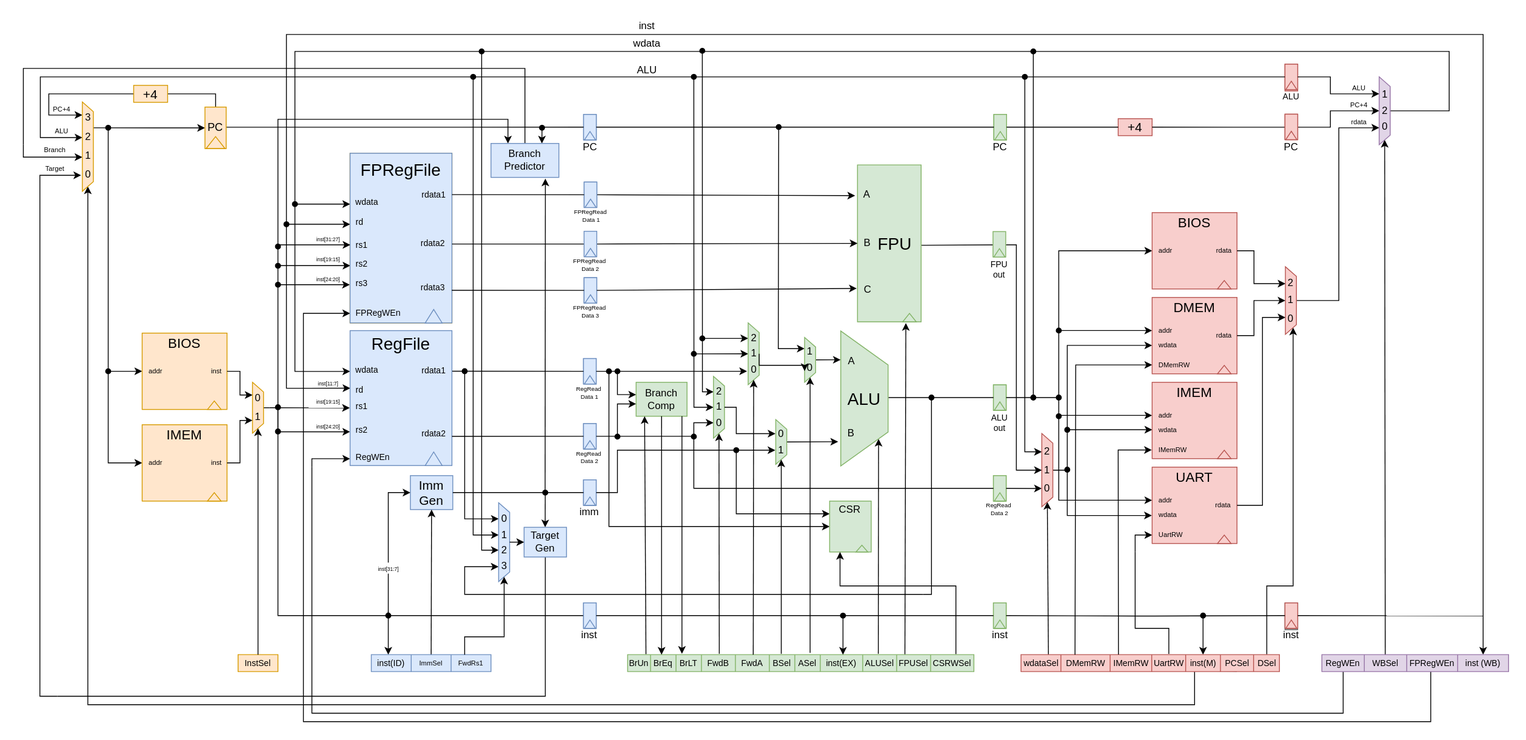
The draw.io diagram docs/diagram.svg in nikodittmar/jane-street-advent-of-fpga, before a commit. Source tidied: cells renumbered, new cells last; positions are measured from the earlier drawing's top-left corner, leaving out a move shared by most shapes.
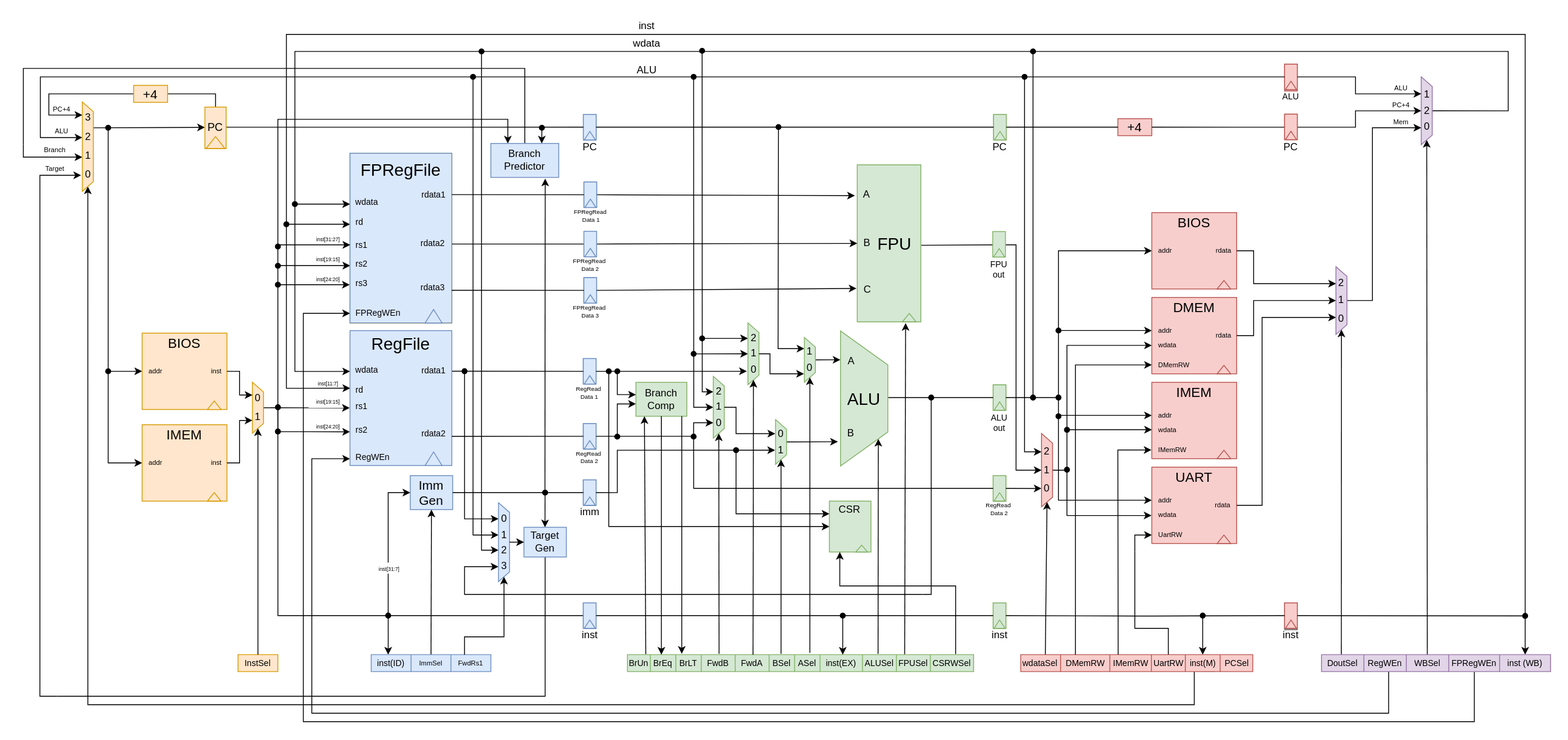
After the commit.

Diff of the diagram source:
```diff
@@ -24,13 +24,6 @@
         <mxPoint x="1390" y="751" as="targetPoint" />
       </mxGeometry>
     </mxCell>
-    <mxCell id="6" style="edgeStyle=elbowEdgeStyle;html=1;entryX=1;entryY=0.25;entryDx=0;entryDy=0;elbow=vertical;rounded=0;curved=0;fontColor=default;exitX=0.951;exitY=-0.019;exitDx=0;exitDy=0;exitPerimeter=0;" parent="1" edge="1" source="124" target="159">
-      <mxGeometry relative="1" as="geometry">
-        <Array as="points">
-          <mxPoint x="1400" y="670" />
-        </Array>
-      </mxGeometry>
-    </mxCell>
     <mxCell id="7" style="group;fontColor=default;" parent="1" vertex="1">
       <mxGeometry x="961" y="369.1" width="60" height="160" as="geometry" />
     </mxCell>
@@ -140,8 +133,8 @@
     <mxCell id="36" style="edgeStyle=orthogonalEdgeStyle;html=1;exitX=1;exitY=0.5;exitDx=0;exitDy=0;entryX=0.5;entryY=1;entryDx=0;entryDy=0;rounded=0;curved=0;fontColor=default;" parent="1" edge="1" source="13" target="146">
       <mxGeometry relative="1" as="geometry">
         <Array as="points">
-          <mxPoint x="1540" y="129" />
-          <mxPoint x="1540" y="110" />
+          <mxPoint x="1570" y="129" />
+          <mxPoint x="1570" y="110" />
         </Array>
       </mxGeometry>
     </mxCell>
@@ -316,20 +309,20 @@
       </mxGeometry>
     </mxCell>
     <mxCell id="83" value="&lt;font style=&quot;font-size: 8px;&quot;&gt;PC+4&lt;/font&gt;" style="text;html=1;align=center;verticalAlign=middle;whiteSpace=wrap;rounded=0;fontColor=default;" parent="1" vertex="1">
-      <mxGeometry x="1559" y="97.3" width="30" height="10" as="geometry" />
+      <mxGeometry x="1609" y="97.3" width="30" height="10" as="geometry" />
     </mxCell>
     <mxCell id="84" style="edgeStyle=orthogonalEdgeStyle;html=1;entryX=0;entryY=0.75;entryDx=0;entryDy=0;rounded=0;curved=0;exitX=0.5;exitY=0;exitDx=0;exitDy=0;fontColor=default;" parent="1" edge="1" source="146" target="289">
       <mxGeometry relative="1" as="geometry">
         <Array as="points">
-          <mxPoint x="1680" y="110" />
-          <mxPoint x="1680" y="40" />
+          <mxPoint x="1750" y="110" />
+          <mxPoint x="1750" y="40" />
           <mxPoint x="320" y="40" />
           <mxPoint x="320" y="417" />
         </Array>
       </mxGeometry>
     </mxCell>
     <mxCell id="85" value="&lt;font style=&quot;font-size: 8px;&quot;&gt;ALU&lt;/font&gt;" style="text;html=1;align=center;verticalAlign=middle;whiteSpace=wrap;rounded=0;fontColor=default;" parent="1" vertex="1">
-      <mxGeometry x="1558.5" y="77" width="30" height="10" as="geometry" />
+      <mxGeometry x="1608.5" y="77" width="30" height="10" as="geometry" />
     </mxCell>
     <mxCell id="86" value="ALU" style="text;html=1;align=center;verticalAlign=middle;whiteSpace=wrap;rounded=0;fontColor=default;" parent="1" vertex="1">
       <mxGeometry x="720" y="52" width="30" height="20" as="geometry" />
@@ -337,7 +330,7 @@
     <mxCell id="87" style="edgeStyle=orthogonalEdgeStyle;html=1;entryX=0.002;entryY=0.427;entryDx=0;entryDy=0;entryPerimeter=0;rounded=0;curved=0;startArrow=classic;startFill=1;fontColor=default;" parent="1" edge="1" source="171" target="285">
       <mxGeometry relative="1" as="geometry">
         <Array as="points">
-          <mxPoint x="1720" y="20" />
+          <mxPoint x="1770" y="20" />
           <mxPoint x="310" y="20" />
           <mxPoint x="310" y="437" />
         </Array>
@@ -387,7 +380,7 @@
     </mxCell>
     <mxCell id="95" style="html=1;exitX=1;exitY=0.5;exitDx=0;exitDy=0;entryX=0.112;entryY=0.023;entryDx=0;entryDy=0;rounded=0;endArrow=none;endFill=0;startArrow=classic;startFill=1;fontColor=default;entryPerimeter=0;" parent="1" edge="1" source="146">
       <mxGeometry relative="1" as="geometry">
-        <mxPoint x="1604.6" y="751.5" as="targetPoint" />
+        <mxPoint x="1654.6" y="751.5" as="targetPoint" />
       </mxGeometry>
     </mxCell>
     <mxCell id="96" value="&lt;font style=&quot;font-size: 8px;&quot;&gt;ALU&lt;/font&gt;" style="text;html=1;align=center;verticalAlign=middle;whiteSpace=wrap;rounded=0;fontColor=default;" parent="1" vertex="1">
@@ -478,9 +471,9 @@
         <mxPoint x="965.8" y="705" as="targetPoint" />
       </mxGeometry>
     </mxCell>
-    <mxCell id="122" style="edgeStyle=elbowEdgeStyle;elbow=vertical;html=1;exitX=1;exitY=0.5;exitDx=0;exitDy=0;endArrow=none;endFill=0;rounded=0;curved=0;fontColor=default;" parent="1" edge="1" source="38">
+    <mxCell id="122" style="edgeStyle=elbowEdgeStyle;elbow=vertical;html=1;exitX=1;exitY=0.5;exitDx=0;exitDy=0;endArrow=oval;endFill=1;rounded=0;curved=0;fontColor=default;" parent="1" edge="1" source="38">
       <mxGeometry relative="1" as="geometry">
-        <mxPoint x="1720" y="705" as="targetPoint" />
+        <mxPoint x="1770" y="705" as="targetPoint" />
       </mxGeometry>
     </mxCell>
     <mxCell id="123" style="edgeStyle=none;html=1;exitX=1;exitY=0.5;exitDx=0;exitDy=0;entryX=0.75;entryY=1;entryDx=0;entryDy=0;fontColor=default;" parent="1" edge="1" target="243">
@@ -489,10 +482,10 @@
       </mxGeometry>
     </mxCell>
     <mxCell id="124" style="shape=table;startSize=0;fontSize=16;fillColor=#f8cecc;strokeColor=#b85450;fontColor=default;" parent="1" vertex="1">
-      <mxGeometry x="1175.5" y="751" width="304.5" height="20" as="geometry" />
+      <mxGeometry x="1175.5" y="751" width="273.5" height="20" as="geometry" />
     </mxCell>
     <mxCell id="125" style="shape=tableRow;horizontal=0;startSize=0;swimlaneHead=0;swimlaneBody=0;strokeColor=inherit;top=0;left=0;bottom=0;right=0;fillColor=none;points=[[0,0.5],[1,0.5]];portConstraint=eastwest;fontSize=16;fontColor=default;" parent="124" vertex="1">
-      <mxGeometry width="304.5" height="20" as="geometry" />
+      <mxGeometry width="273.5" height="20" as="geometry" />
     </mxCell>
     <mxCell id="126" value="wdataSel" style="shape=partialRectangle;html=1;whiteSpace=wrap;strokeColor=inherit;overflow=hidden;fillColor=none;top=0;left=0;bottom=0;right=0;fontSize=10;fontColor=default;" parent="125" vertex="1">
       <mxGeometry width="47" height="20" as="geometry" />
@@ -512,9 +505,6 @@
     <mxCell id="131" value="PCSel" style="shape=partialRectangle;html=1;whiteSpace=wrap;strokeColor=inherit;overflow=hidden;fillColor=none;top=0;left=0;bottom=0;right=0;fontSize=10;fontColor=default;" parent="125" vertex="1">
       <mxGeometry x="235" width="39" height="20" as="geometry" />
     </mxCell>
-    <mxCell id="132" value="DSel" style="shape=partialRectangle;html=1;whiteSpace=wrap;strokeColor=inherit;overflow=hidden;fillColor=none;top=0;left=0;bottom=0;right=0;fontSize=10;fontColor=default;" parent="125" vertex="1">
-      <mxGeometry x="274" width="31" height="20" as="geometry" />
-    </mxCell>
     <mxCell id="133" style="edgeStyle=none;html=1;entryX=0;entryY=0.5;entryDx=0;entryDy=0;endArrow=none;endFill=0;fontColor=default;exitX=1;exitY=0.5;exitDx=0;exitDy=0;" parent="1" edge="1" source="271" target="43">
       <mxGeometry relative="1" as="geometry" />
     </mxCell>
@@ -568,7 +558,7 @@
       <mxGeometry x="-37.9" y="-139.6" width="8.7" height="9.2" as="geometry" />
     </mxCell>
     <mxCell id="145" style="group;fontColor=default;" parent="1" vertex="1">
-      <mxGeometry x="1597.5" y="70" width="13" height="80" as="geometry" />
+      <mxGeometry x="1647.5" y="70" width="13" height="80" as="geometry" />
     </mxCell>
     <mxCell id="146" style="shape=trapezoid;perimeter=trapezoidPerimeter;whiteSpace=wrap;html=1;fixedSize=1;rotation=90;size=11.370000000000005;fillColor=#e1d5e7;strokeColor=#9673a6;fontColor=default;" parent="145" vertex="1">
       <mxGeometry x="-33.5" y="33.5" width="80" height="13" as="geometry" />
@@ -585,8 +575,8 @@
     <mxCell id="150" style="edgeStyle=orthogonalEdgeStyle;html=1;exitX=1;exitY=0.5;exitDx=0;exitDy=0;entryX=0.25;entryY=1;entryDx=0;entryDy=0;elbow=vertical;rounded=0;curved=0;fontColor=default;" parent="1" edge="1" source="34" target="146">
       <mxGeometry relative="1" as="geometry">
         <Array as="points">
-          <mxPoint x="1540" y="70" />
-          <mxPoint x="1540" y="90" />
+          <mxPoint x="1570" y="70" />
+          <mxPoint x="1570" y="90" />
         </Array>
       </mxGeometry>
     </mxCell>
@@ -619,21 +609,26 @@
     <mxCell id="158" style="edgeStyle=elbowEdgeStyle;html=1;exitX=0.5;exitY=0;exitDx=0;exitDy=0;entryX=0.75;entryY=1;entryDx=0;entryDy=0;rounded=0;curved=0;fontColor=default;" parent="1" edge="1" source="159" target="146">
       <mxGeometry relative="1" as="geometry">
         <Array as="points">
-          <mxPoint x="1550" y="230" />
+          <mxPoint x="1590" y="230" />
         </Array>
       </mxGeometry>
     </mxCell>
+    <mxCell id="381" style="edgeStyle=none;html=1;exitX=1;exitY=0.5;exitDx=0;exitDy=0;entryX=1;entryY=0.5;entryDx=0;entryDy=0;" parent="1" edge="1" target="159">
+      <mxGeometry relative="1" as="geometry">
+        <mxPoint x="1553.4" y="750.6" as="sourcePoint" />
+      </mxGeometry>
+    </mxCell>
-    <mxCell id="159" style="shape=trapezoid;perimeter=trapezoidPerimeter;whiteSpace=wrap;html=1;fixedSize=1;rotation=90;size=11.370000000000005;fillColor=#f8cecc;strokeColor=#b85450;fontColor=default;" parent="1" vertex="1">
-      <mxGeometry x="1453.7" y="327.1" width="79.7" height="13" as="geometry" />
+    <mxCell id="159" style="shape=trapezoid;perimeter=trapezoidPerimeter;whiteSpace=wrap;html=1;fixedSize=1;rotation=90;size=11.370000000000005;fillColor=#e1d5e7;strokeColor=#9673a6;" parent="1" vertex="1">
+      <mxGeometry x="1513.7" y="327.1" width="79.7" height="13" as="geometry" />
     </mxCell>
     <mxCell id="160" value="2" style="text;html=1;align=center;verticalAlign=middle;whiteSpace=wrap;rounded=0;fontColor=default;" parent="1" vertex="1">
-      <mxGeometry x="1489" y="308" width="8.7" height="9.2" as="geometry" />
+      <mxGeometry x="1549" y="308" width="8.7" height="9.2" as="geometry" />
     </mxCell>
     <mxCell id="161" value="1" style="text;html=1;align=center;verticalAlign=middle;whiteSpace=wrap;rounded=0;fontColor=default;" parent="1" vertex="1">
-      <mxGeometry x="1489" y="328.1" width="8.7" height="9.2" as="geometry" />
+      <mxGeometry x="1549" y="328.1" width="8.7" height="9.2" as="geometry" />
     </mxCell>
-    <mxCell id="162" value="&lt;font style=&quot;font-size: 8px;&quot;&gt;rdata&lt;/font&gt;" style="text;html=1;align=center;verticalAlign=middle;whiteSpace=wrap;rounded=0;fontColor=default;" parent="1" vertex="1">
-      <mxGeometry x="1559" y="117.3" width="30" height="10" as="geometry" />
+    <mxCell id="162" value="&lt;font style=&quot;font-size: 8px;&quot;&gt;Mem&lt;/font&gt;" style="text;html=1;align=center;verticalAlign=middle;whiteSpace=wrap;rounded=0;fontColor=default;" parent="1" vertex="1">
+      <mxGeometry x="1609" y="117.3" width="30" height="10" as="geometry" />
     </mxCell>
     <mxCell id="163" style="group;fontColor=default;" parent="1" vertex="1">
       <mxGeometry x="270" y="430" width="13" height="59.9" as="geometry" />
@@ -650,7 +645,7 @@
     <mxCell id="167" value="1" style="text;html=1;align=center;verticalAlign=middle;whiteSpace=wrap;rounded=0;fontColor=default;" parent="165" vertex="1">
       <mxGeometry y="22.7" width="8.7" height="9.2" as="geometry" />
     </mxCell>
-    <mxCell id="168" style="edgeStyle=elbowEdgeStyle;html=1;exitX=0.114;exitY=0.92;exitDx=0;exitDy=0;elbow=vertical;rounded=0;curved=0;exitPerimeter=0;fontColor=default;endArrow=none;endFill=0;" parent="1" edge="1" source="171">
+    <mxCell id="168" style="edgeStyle=elbowEdgeStyle;html=1;exitX=0.293;exitY=0.843;exitDx=0;exitDy=0;elbow=vertical;rounded=0;curved=0;exitPerimeter=0;fontColor=default;endArrow=none;endFill=0;" parent="1" edge="1" source="171">
       <mxGeometry relative="1" as="geometry">
         <mxPoint x="340" y="530" as="targetPoint" />
         <Array as="points">
@@ -658,7 +653,7 @@
         </Array>
       </mxGeometry>
     </mxCell>
-    <mxCell id="169" style="edgeStyle=elbowEdgeStyle;html=1;exitX=0.583;exitY=0.955;exitDx=0;exitDy=0;rounded=0;elbow=vertical;endArrow=none;endFill=0;exitPerimeter=0;" parent="1" edge="1" source="171">
+    <mxCell id="169" style="edgeStyle=elbowEdgeStyle;html=1;exitX=0.667;exitY=1.013;exitDx=0;exitDy=0;rounded=0;elbow=vertical;endArrow=none;endFill=0;exitPerimeter=0;" parent="1" edge="1" source="171">
       <mxGeometry relative="1" as="geometry">
         <mxPoint x="330" y="810" as="targetPoint" />
         <Array as="points">
@@ -667,22 +662,25 @@
       </mxGeometry>
     </mxCell>
     <mxCell id="170" style="shape=table;startSize=0;fontSize=16;fillColor=#e1d5e7;strokeColor=#9673a6;fontColor=default;" parent="1" vertex="1">
-      <mxGeometry x="1530" y="751" width="220" height="20" as="geometry" />
+      <mxGeometry x="1530" y="751" width="270" height="20" as="geometry" />
     </mxCell>
     <mxCell id="171" style="shape=tableRow;horizontal=0;startSize=0;swimlaneHead=0;swimlaneBody=0;strokeColor=inherit;top=0;left=0;bottom=0;right=0;fillColor=none;points=[[0,0.5],[1,0.5]];portConstraint=eastwest;fontSize=16;fontColor=default;" parent="170" vertex="1">
-      <mxGeometry width="220" height="20" as="geometry" />
+      <mxGeometry width="270" height="20" as="geometry" />
     </mxCell>
+    <mxCell id="382" value="DoutSel" style="shape=partialRectangle;html=1;whiteSpace=wrap;strokeColor=inherit;overflow=hidden;fillColor=none;top=0;left=0;bottom=0;right=0;fontSize=10;fontColor=default;" parent="171" vertex="1">
+      <mxGeometry width="50" height="20" as="geometry" />
+    </mxCell>
     <mxCell id="172" value="RegWEn" style="shape=partialRectangle;html=1;whiteSpace=wrap;strokeColor=inherit;overflow=hidden;fillColor=none;top=0;left=0;bottom=0;right=0;fontSize=10;fontColor=default;" parent="171" vertex="1">
-      <mxGeometry width="50" height="20" as="geometry" />
+      <mxGeometry x="50" width="50" height="20" as="geometry" />
     </mxCell>
     <mxCell id="173" value="WBSel" style="shape=partialRectangle;html=1;whiteSpace=wrap;strokeColor=inherit;overflow=hidden;fillColor=none;top=0;left=0;bottom=0;right=0;fontSize=10;fontColor=default;" parent="171" vertex="1">
-      <mxGeometry x="50" width="50" height="20" as="geometry" />
+      <mxGeometry x="100" width="50" height="20" as="geometry" />
     </mxCell>
     <mxCell id="174" value="FPRegWEn" style="shape=partialRectangle;html=1;whiteSpace=wrap;strokeColor=inherit;overflow=hidden;fillColor=none;top=0;left=0;bottom=0;right=0;fontSize=10;fontColor=default;" parent="171" vertex="1">
-      <mxGeometry x="100" width="60" height="20" as="geometry" />
+      <mxGeometry x="150" width="60" height="20" as="geometry" />
     </mxCell>
     <mxCell id="175" value="inst (WB)" style="shape=partialRectangle;html=1;whiteSpace=wrap;strokeColor=inherit;overflow=hidden;fillColor=none;top=0;left=0;bottom=0;right=0;fontSize=10;fontColor=default;" parent="171" vertex="1">
-      <mxGeometry x="160" width="60" height="20" as="geometry" />
+      <mxGeometry x="210" width="60" height="20" as="geometry" />
     </mxCell>
     <mxCell id="176" style="shape=table;startSize=0;fontSize=16;fillColor=#ffe6cc;strokeColor=#d79b00;fontColor=default;" parent="1" vertex="1">
       <mxGeometry x="253" y="751" width="47" height="20" as="geometry" />
@@ -874,8 +872,9 @@
         </Array>
       </mxGeometry>
     </mxCell>
-    <mxCell id="226" style="edgeStyle=elbowEdgeStyle;html=1;rounded=0;curved=0;startArrow=none;startFill=0;exitX=0.209;exitY=0.002;exitDx=0;exitDy=0;exitPerimeter=0;" parent="223" edge="1" source="124">
+    <mxCell id="226" style="edgeStyle=elbowEdgeStyle;html=1;rounded=0;curved=0;startArrow=none;startFill=0;" parent="223" edge="1">
       <mxGeometry relative="1" as="geometry">
+        <mxPoint x="-90" y="421" as="sourcePoint" />
         <mxPoint y="79.5" as="targetPoint" />
         <Array as="points">
           <mxPoint x="-90" y="130" />
@@ -1259,8 +1258,9 @@
     <mxCell id="325" value="2" style="text;html=1;align=center;verticalAlign=middle;whiteSpace=wrap;rounded=0;fontColor=default;" parent="319" vertex="1">
       <mxGeometry x="1.5" y="12.7" width="10" height="10" as="geometry" />
     </mxCell>
-    <mxCell id="326" style="edgeStyle=elbowEdgeStyle;html=1;exitX=0.5;exitY=0;exitDx=0;exitDy=0;entryX=0.75;entryY=1;entryDx=0;entryDy=0;rounded=0;" parent="1" edge="1" source="322" target="302">
+    <mxCell id="326" style="edgeStyle=elbowEdgeStyle;html=1;exitX=0.5;exitY=0;exitDx=0;exitDy=0;rounded=0;" parent="1" edge="1" source="322">
       <mxGeometry relative="1" as="geometry">
+        <mxPoint x="920" y="420" as="targetPoint" />
         <Array as="points">
           <mxPoint x="880" y="410" />
         </Array>
@@ -1482,7 +1482,7 @@
         </Array>
       </mxGeometry>
     </mxCell>
-    <mxCell id="371" style="edgeStyle=elbowEdgeStyle;html=1;entryX=0.572;entryY=-0.041;entryDx=0;entryDy=0;entryPerimeter=0;elbow=vertical;rounded=0;curved=0;endArrow=none;endFill=0;" parent="1" edge="1" target="124">
+    <mxCell id="371" style="edgeStyle=elbowEdgeStyle;html=1;entryX=0.636;entryY=-0.004;entryDx=0;entryDy=0;entryPerimeter=0;elbow=vertical;rounded=0;curved=0;endArrow=none;endFill=0;" parent="1" edge="1" target="125">
       <mxGeometry relative="1" as="geometry">
         <mxPoint x="1310" y="630" as="sourcePoint" />
         <Array as="points">
@@ -1491,7 +1491,7 @@
       </mxGeometry>
     </mxCell>
     <mxCell id="372" value="0" style="text;html=1;align=center;verticalAlign=middle;whiteSpace=wrap;rounded=0;fontColor=default;" parent="1" vertex="1">
-      <mxGeometry x="1489.1" y="350.8" width="8.7" height="9.2" as="geometry" />
+      <mxGeometry x="1549.1" y="350.8" width="8.7" height="9.2" as="geometry" />
     </mxCell>
     <mxCell id="373" style="edgeStyle=elbowEdgeStyle;html=1;exitX=1;exitY=0.5;exitDx=0;exitDy=0;entryX=0.75;entryY=1;entryDx=0;entryDy=0;rounded=0;curved=0;" parent="1" edge="1" source="363" target="159">
       <mxGeometry relative="1" as="geometry">
```
